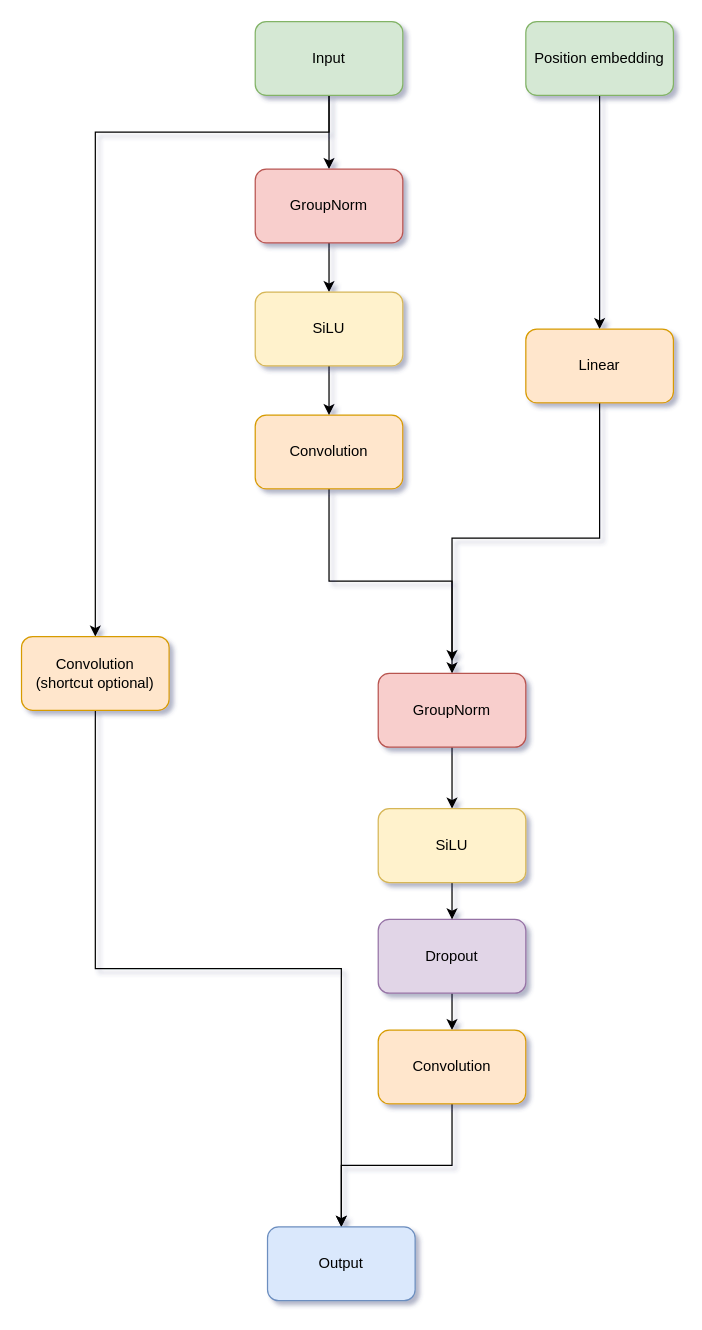
kaamka/diffusion-ct keeps this draw.io diagram as pdf/diagrams/ResnetBlock.drawio. Above is the earlier version. Source tidied: cells renumbered, new cells numbered last; positions are measured from the earlier drawing's top-left corner, leaving out a move shared by most shapes. Both pictures are drawn from the tidied source at 123%, with x=0, y=0 at pixel (21, 21).
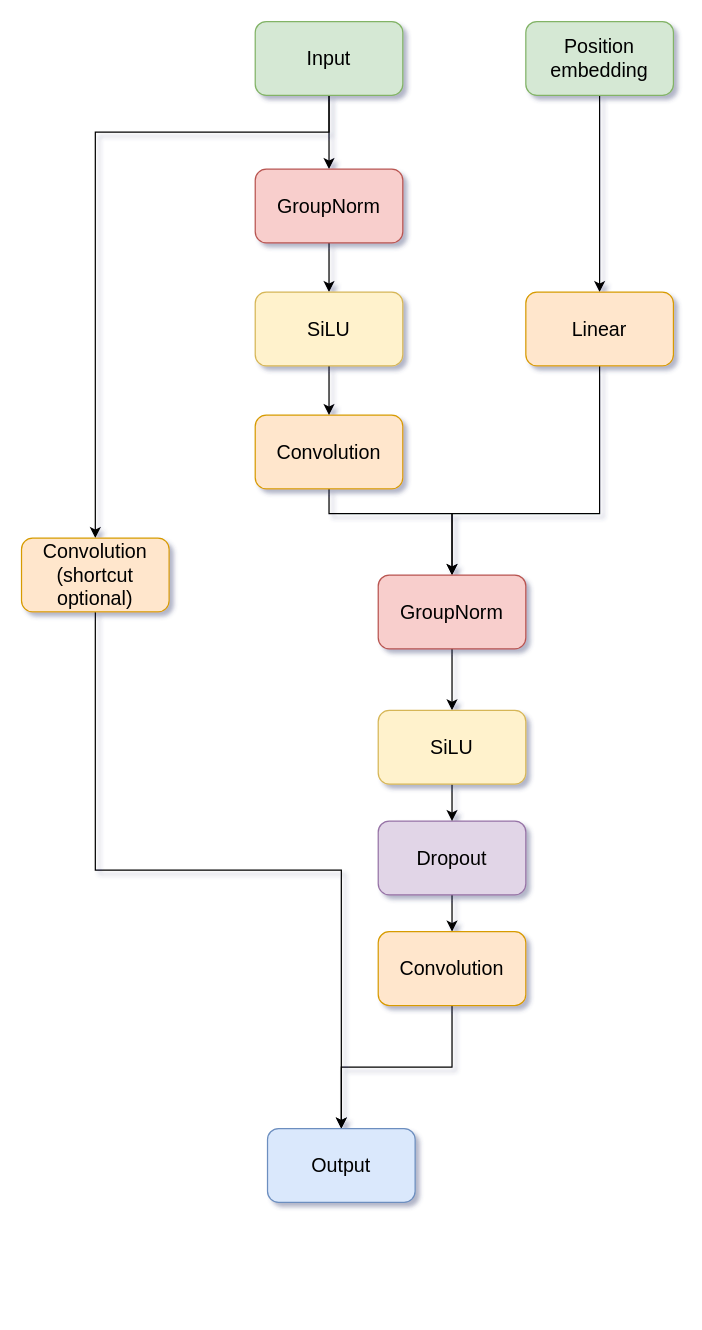
The same diagram, later.

What changed in the source:
```diff
@@
-    <mxCell id="2" style="edgeStyle=orthogonalEdgeStyle;rounded=0;jettySize=auto;html=1;exitX=0.5;exitY=1;exitDx=0;exitDy=0;" parent="1" edge="1" source="4" target="6">
+    <mxCell id="2" style="edgeStyle=orthogonalEdgeStyle;rounded=0;jettySize=auto;html=1;exitX=0.5;exitY=1;exitDx=0;exitDy=0;fontSize=16;" parent="1" edge="1" source="4" target="6">
       <mxGeometry relative="1" as="geometry" />
     </mxCell>
-    <mxCell id="3" style="edgeStyle=orthogonalEdgeStyle;rounded=0;jettySize=auto;html=1;exitX=0.5;exitY=1;exitDx=0;exitDy=0;entryX=0.5;entryY=0;entryDx=0;entryDy=0;" parent="1" edge="1" source="4" target="24">
+    <mxCell id="3" style="edgeStyle=orthogonalEdgeStyle;rounded=0;jettySize=auto;html=1;exitX=0.5;exitY=1;exitDx=0;exitDy=0;entryX=0.5;entryY=0;entryDx=0;entryDy=0;fontSize=16;" parent="1" edge="1" source="4" target="24">
       <mxGeometry relative="1" as="geometry">
         <Array as="points">
           <mxPoint x="250" y="90" />
           <mxPoint x="60" y="90" />
         </Array>
       </mxGeometry>
     </mxCell>
-    <mxCell id="4" value="&lt;div&gt;Input&lt;/div&gt;" style="rounded=1;whiteSpace=wrap;html=1;fillColor=#d5e8d4;strokeColor=#82b366;" parent="1" vertex="1">
+    <mxCell id="4" value="&lt;div style=&quot;font-size: 16px;&quot;&gt;Input&lt;/div&gt;" style="rounded=1;whiteSpace=wrap;html=1;fillColor=#d5e8d4;strokeColor=#82b366;fontSize=16;" parent="1" vertex="1">
       <mxGeometry x="190" width="120" height="60" as="geometry" />
     </mxCell>
-    <mxCell id="5" style="edgeStyle=orthogonalEdgeStyle;rounded=0;jettySize=auto;html=1;exitX=0.5;exitY=1;exitDx=0;exitDy=0;" parent="1" edge="1" source="6" target="16">
+    <mxCell id="5" style="edgeStyle=orthogonalEdgeStyle;rounded=0;jettySize=auto;html=1;exitX=0.5;exitY=1;exitDx=0;exitDy=0;fontSize=16;" parent="1" edge="1" source="6" target="16">
       <mxGeometry relative="1" as="geometry" />
     </mxCell>
-    <mxCell id="6" value="GroupNorm" style="rounded=1;whiteSpace=wrap;html=1;fillColor=#f8cecc;strokeColor=#b85450;" parent="1" vertex="1">
+    <mxCell id="6" value="GroupNorm" style="rounded=1;whiteSpace=wrap;html=1;fillColor=#f8cecc;strokeColor=#b85450;fontSize=16;" parent="1" vertex="1">
       <mxGeometry x="190" y="120" width="120" height="60" as="geometry" />
     </mxCell>
-    <mxCell id="7" style="edgeStyle=orthogonalEdgeStyle;rounded=0;jettySize=auto;html=1;" parent="1" edge="1" source="8" target="10">
+    <mxCell id="7" style="edgeStyle=orthogonalEdgeStyle;rounded=0;jettySize=auto;html=1;fontSize=16;" parent="1" edge="1" source="8" target="10">
       <mxGeometry relative="1" as="geometry" />
     </mxCell>
-    <mxCell id="8" value="Position embedding" style="rounded=1;whiteSpace=wrap;html=1;fillColor=#d5e8d4;strokeColor=#82b366;" parent="1" vertex="1">
+    <mxCell id="8" value="Position embedding" style="rounded=1;whiteSpace=wrap;html=1;fillColor=#d5e8d4;strokeColor=#82b366;fontSize=16;" parent="1" vertex="1">
       <mxGeometry x="410" width="120" height="60" as="geometry" />
     </mxCell>
-    <mxCell id="9" style="edgeStyle=orthogonalEdgeStyle;rounded=0;jettySize=auto;html=1;entryX=0.5;entryY=0;entryDx=0;entryDy=0;" parent="1" edge="1" source="10" target="18">
-      <mxGeometry relative="1" as="geometry" />
+    <mxCell id="9" style="edgeStyle=orthogonalEdgeStyle;rounded=0;jettySize=auto;html=1;entryX=0.5;entryY=0;entryDx=0;entryDy=0;fontSize=16;" parent="1" edge="1" source="10" target="18">
+      <mxGeometry relative="1" as="geometry">
+        <Array as="points">
+          <mxPoint x="470" y="400" />
+          <mxPoint x="350" y="400" />
+        </Array>
+      </mxGeometry>
     </mxCell>
-    <mxCell id="10" value="Linear" style="rounded=1;whiteSpace=wrap;html=1;fillColor=#ffe6cc;strokeColor=#d79b00;" parent="1" vertex="1">
-      <mxGeometry x="410" y="250" width="120" height="60" as="geometry" />
+    <mxCell id="10" value="Linear" style="rounded=1;whiteSpace=wrap;html=1;fillColor=#ffe6cc;strokeColor=#d79b00;fontSize=16;" parent="1" vertex="1">
+      <mxGeometry x="410" y="220" width="120" height="60" as="geometry" />
     </mxCell>
-    <mxCell id="11" style="edgeStyle=orthogonalEdgeStyle;rounded=0;jettySize=auto;html=1;exitX=0.5;exitY=1;exitDx=0;exitDy=0;entryX=0.5;entryY=-0.167;entryDx=0;entryDy=0;entryPerimeter=0;" parent="1" edge="1" source="12" target="18">
-      <mxGeometry relative="1" as="geometry" />
+    <mxCell id="11" style="edgeStyle=orthogonalEdgeStyle;rounded=0;jettySize=auto;html=1;exitX=0.5;exitY=1;exitDx=0;exitDy=0;entryX=0.5;entryY=0;entryDx=0;entryDy=0;fontSize=16;" parent="1" edge="1" source="12" target="18">
+      <mxGeometry relative="1" as="geometry">
+        <Array as="points">
+          <mxPoint x="250" y="400" />
+          <mxPoint x="350" y="400" />
+        </Array>
+      </mxGeometry>
     </mxCell>
-    <mxCell id="12" value="Convolution" style="rounded=1;whiteSpace=wrap;html=1;fillColor=#ffe6cc;strokeColor=#d79b00;" parent="1" vertex="1">
+    <mxCell id="12" value="Convolution" style="rounded=1;whiteSpace=wrap;html=1;fillColor=#ffe6cc;strokeColor=#d79b00;fontSize=16;" parent="1" vertex="1">
       <mxGeometry x="190" y="320" width="120" height="60" as="geometry" />
     </mxCell>
-    <mxCell id="13" style="edgeStyle=orthogonalEdgeStyle;rounded=0;jettySize=auto;html=1;exitX=0.5;exitY=0;exitDx=0;exitDy=0;entryX=0.5;entryY=0;entryDx=0;entryDy=0;" parent="1" edge="1" source="14" target="22">
+    <mxCell id="13" style="edgeStyle=orthogonalEdgeStyle;rounded=0;jettySize=auto;html=1;exitX=0.5;exitY=0;exitDx=0;exitDy=0;entryX=0.5;entryY=0;entryDx=0;entryDy=0;fontSize=16;" parent="1" edge="1" source="14" target="22">
       <mxGeometry relative="1" as="geometry" />
     </mxCell>
-    <mxCell id="14" value="&lt;div&gt;Dropout&lt;/div&gt;" style="rounded=1;whiteSpace=wrap;html=1;direction=west;fillColor=#e1d5e7;strokeColor=#9673a6;" parent="1" vertex="1">
-      <mxGeometry x="290" y="730" width="120" height="60" as="geometry" />
+    <mxCell id="14" value="&lt;div style=&quot;font-size: 16px;&quot;&gt;Dropout&lt;/div&gt;" style="rounded=1;whiteSpace=wrap;html=1;direction=west;fillColor=#e1d5e7;strokeColor=#9673a6;fontSize=16;" parent="1" vertex="1">
+      <mxGeometry x="290" y="650" width="120" height="60" as="geometry" />
     </mxCell>
-    <mxCell id="15" style="edgeStyle=orthogonalEdgeStyle;rounded=0;jettySize=auto;html=1;exitX=0.5;exitY=1;exitDx=0;exitDy=0;" parent="1" edge="1" source="16" target="12">
+    <mxCell id="15" style="edgeStyle=orthogonalEdgeStyle;rounded=0;jettySize=auto;html=1;exitX=0.5;exitY=1;exitDx=0;exitDy=0;fontSize=16;" parent="1" edge="1" source="16" target="12">
       <mxGeometry relative="1" as="geometry" />
     </mxCell>
-    <mxCell id="16" value="&lt;div&gt;SiLU&lt;/div&gt;" style="rounded=1;whiteSpace=wrap;html=1;fillColor=#fff2cc;strokeColor=#d6b656;" parent="1" vertex="1">
+    <mxCell id="16" value="&lt;div style=&quot;font-size: 16px;&quot;&gt;SiLU&lt;/div&gt;" style="rounded=1;whiteSpace=wrap;html=1;fillColor=#fff2cc;strokeColor=#d6b656;fontSize=16;" parent="1" vertex="1">
       <mxGeometry x="190" y="220" width="120" height="60" as="geometry" />
     </mxCell>
-    <mxCell id="17" style="edgeStyle=orthogonalEdgeStyle;rounded=0;jettySize=auto;html=1;exitX=0.5;exitY=1;exitDx=0;exitDy=0;" parent="1" edge="1" source="18" target="20">
+    <mxCell id="17" style="edgeStyle=orthogonalEdgeStyle;rounded=0;jettySize=auto;html=1;exitX=0.5;exitY=1;exitDx=0;exitDy=0;fontSize=16;" parent="1" edge="1" source="18" target="20">
       <mxGeometry relative="1" as="geometry" />
     </mxCell>
-    <mxCell id="18" value="GroupNorm" style="rounded=1;whiteSpace=wrap;html=1;fillColor=#f8cecc;strokeColor=#b85450;" parent="1" vertex="1">
-      <mxGeometry x="290" y="530" width="120" height="60" as="geometry" />
+    <mxCell id="18" value="GroupNorm" style="rounded=1;whiteSpace=wrap;html=1;fillColor=#f8cecc;strokeColor=#b85450;fontSize=16;" parent="1" vertex="1">
+      <mxGeometry x="290" y="450" width="120" height="60" as="geometry" />
     </mxCell>
-    <mxCell id="19" style="edgeStyle=orthogonalEdgeStyle;rounded=0;jettySize=auto;html=1;exitX=0.5;exitY=1;exitDx=0;exitDy=0;" parent="1" edge="1" source="20" target="14">
+    <mxCell id="19" style="edgeStyle=orthogonalEdgeStyle;rounded=0;jettySize=auto;html=1;exitX=0.5;exitY=1;exitDx=0;exitDy=0;fontSize=16;" parent="1" edge="1" source="20" target="14">
       <mxGeometry relative="1" as="geometry" />
     </mxCell>
-    <mxCell id="20" value="&lt;div&gt;SiLU&lt;/div&gt;" style="rounded=1;whiteSpace=wrap;html=1;fillColor=#fff2cc;strokeColor=#d6b656;" parent="1" vertex="1">
-      <mxGeometry x="290" y="640" width="120" height="60" as="geometry" />
+    <mxCell id="20" value="&lt;div style=&quot;font-size: 16px;&quot;&gt;SiLU&lt;/div&gt;" style="rounded=1;whiteSpace=wrap;html=1;fillColor=#fff2cc;strokeColor=#d6b656;fontSize=16;" parent="1" vertex="1">
+      <mxGeometry x="290" y="560" width="120" height="60" as="geometry" />
     </mxCell>
-    <mxCell id="21" style="edgeStyle=orthogonalEdgeStyle;rounded=0;jettySize=auto;html=1;exitX=0.5;exitY=1;exitDx=0;exitDy=0;entryX=0.5;entryY=0;entryDx=0;entryDy=0;" parent="1" edge="1" source="22" target="25">
+    <mxCell id="21" style="edgeStyle=orthogonalEdgeStyle;rounded=0;jettySize=auto;html=1;exitX=0.5;exitY=1;exitDx=0;exitDy=0;entryX=0.5;entryY=0;entryDx=0;entryDy=0;fontSize=16;" parent="1" edge="1" source="22" target="25">
       <mxGeometry relative="1" as="geometry" />
     </mxCell>
-    <mxCell id="22" value="Convolution" style="rounded=1;whiteSpace=wrap;html=1;fillColor=#ffe6cc;strokeColor=#d79b00;" parent="1" vertex="1">
-      <mxGeometry x="290" y="820" width="120" height="60" as="geometry" />
+    <mxCell id="22" value="Convolution" style="rounded=1;whiteSpace=wrap;html=1;fillColor=#ffe6cc;strokeColor=#d79b00;fontSize=16;" parent="1" vertex="1">
+      <mxGeometry x="290" y="740" width="120" height="60" as="geometry" />
     </mxCell>
-    <mxCell id="23" style="edgeStyle=orthogonalEdgeStyle;rounded=0;jettySize=auto;html=1;exitX=0.5;exitY=1;exitDx=0;exitDy=0;" parent="1" edge="1" source="24" target="25">
+    <mxCell id="23" style="edgeStyle=orthogonalEdgeStyle;rounded=0;jettySize=auto;html=1;exitX=0.5;exitY=1;exitDx=0;exitDy=0;fontSize=16;" parent="1" edge="1" source="24" target="25">
       <mxGeometry relative="1" as="geometry" />
     </mxCell>
-    <mxCell id="24" value="&lt;div&gt;Convolution&lt;/div&gt;&lt;div&gt;(shortcut optional)&lt;br&gt;&lt;/div&gt;" style="rounded=1;whiteSpace=wrap;html=1;fillColor=#ffe6cc;strokeColor=#d79b00;" parent="1" vertex="1">
-      <mxGeometry y="500" width="120" height="60" as="geometry" />
+    <mxCell id="24" value="&lt;div style=&quot;font-size: 16px;&quot;&gt;Convolution&lt;/div&gt;&lt;div style=&quot;font-size: 16px;&quot;&gt;(shortcut optional)&lt;br style=&quot;font-size: 16px;&quot;&gt;&lt;/div&gt;" style="rounded=1;whiteSpace=wrap;html=1;fillColor=#ffe6cc;strokeColor=#d79b00;fontSize=16;" parent="1" vertex="1">
+      <mxGeometry y="420" width="120" height="60" as="geometry" />
     </mxCell>
-    <mxCell id="25" value="Output" style="rounded=1;whiteSpace=wrap;html=1;fillColor=#dae8fc;strokeColor=#6c8ebf;" parent="1" vertex="1">
-      <mxGeometry x="200" y="980" width="120" height="60" as="geometry" />
+    <mxCell id="25" value="Output" style="rounded=1;whiteSpace=wrap;html=1;fillColor=#dae8fc;strokeColor=#6c8ebf;fontSize=16;" parent="1" vertex="1">
+      <mxGeometry x="200" y="900" width="120" height="60" as="geometry" />
     </mxCell>
```
